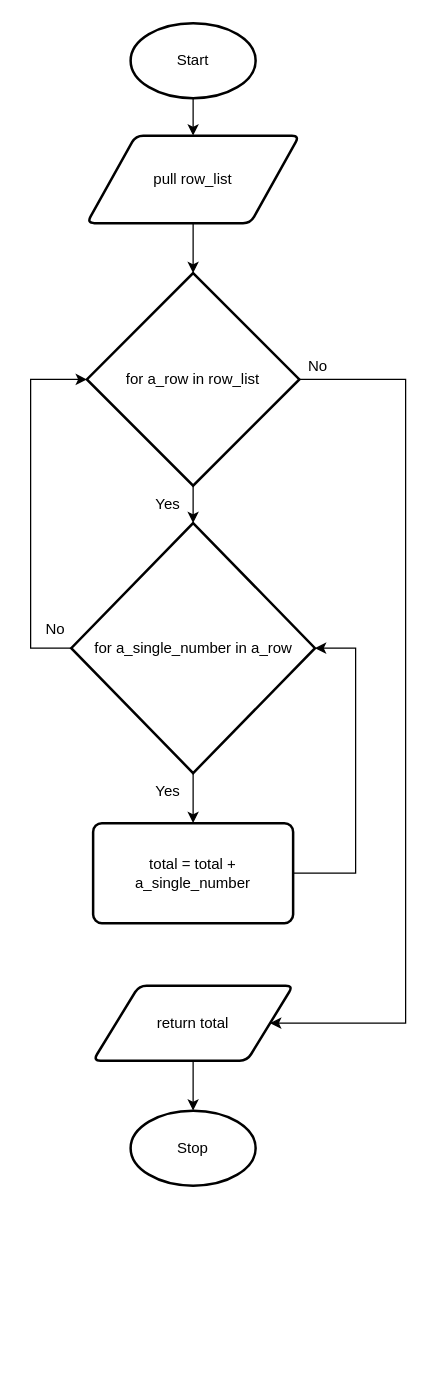
This is design.flowchart.drawio from Yiyun-Qin/ICS3U-Unit6-04-Python, a draw.io file, before an edit. Source tidied: cells renumbered, new cells numbered last; positions are measured from the earlier drawing's top-left corner, leaving out a move shared by most shapes. Both pictures are drawn from the tidied source at 125%, with x=0, y=0 at pixel (30, 22).
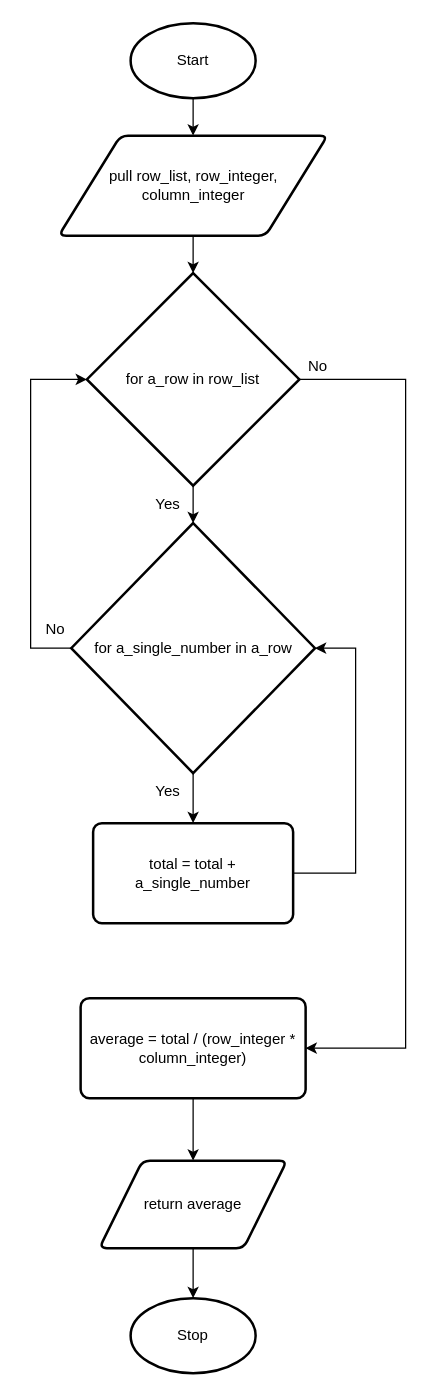
The same page after the edit.

Unchanged cells that the change refers to:
```xml
<mxCell id="9" value="for a_row in row_list" style="strokeWidth=2;html=1;shape=mxgraph.flowchart.decision;whiteSpace=wrap;" parent="1" vertex="1">
  <mxGeometry x="45" y="200" width="170" height="170" as="geometry" />
</mxCell>
```

Diff of the diagram source:
```diff
@@
     <mxCell id="4" value="Stop" style="strokeWidth=2;html=1;shape=mxgraph.flowchart.start_1;whiteSpace=wrap;" parent="1" vertex="1">
-      <mxGeometry x="80" y="870" width="100" height="60" as="geometry" />
+      <mxGeometry x="80" y="1020" width="100" height="60" as="geometry" />
     </mxCell>
@@
-    <mxCell id="6" value="pull row_list" style="shape=parallelogram;html=1;strokeWidth=2;perimeter=parallelogramPerimeter;whiteSpace=wrap;rounded=1;arcSize=12;size=0.23;" parent="1" vertex="1">
-      <mxGeometry x="45" y="90" width="170" height="70" as="geometry" />
+    <mxCell id="6" value="pull row_list, row_integer, column_integer" style="shape=parallelogram;html=1;strokeWidth=2;perimeter=parallelogramPerimeter;whiteSpace=wrap;rounded=1;arcSize=12;size=0.23;" parent="1" vertex="1">
+      <mxGeometry x="22.5" y="90" width="215" height="80" as="geometry" />
     </mxCell>
@@
-    <mxCell id="8" style="edgeStyle=orthogonalEdgeStyle;rounded=0;html=1;exitX=1;exitY=0.5;exitDx=0;exitDy=0;exitPerimeter=0;entryX=1;entryY=0.5;entryDx=0;entryDy=0;" parent="1" edge="1" source="9" target="16">
-      <mxGeometry relative="1" as="geometry">
-        <Array as="points">
-          <mxPoint x="300" y="285" />
-          <mxPoint x="300" y="800" />
-        </Array>
-      </mxGeometry>
-    </mxCell>
+    <mxCell id="21" style="edgeStyle=orthogonalEdgeStyle;html=1;exitX=1;exitY=0.5;exitDx=0;exitDy=0;exitPerimeter=0;entryX=1;entryY=0.5;entryDx=0;entryDy=0;rounded=0;" parent="1" edge="1" source="9" target="15">
+      <mxGeometry relative="1" as="geometry">
+        <Array as="points">
+          <mxPoint x="300" y="285" />
+          <mxPoint x="300" y="820" />
+        </Array>
+      </mxGeometry>
+    </mxCell>
@@
-    <mxCell id="15" style="edgeStyle=orthogonalEdgeStyle;rounded=0;html=1;exitX=0.5;exitY=1;exitDx=0;exitDy=0;entryX=0.5;entryY=0;entryDx=0;entryDy=0;entryPerimeter=0;" parent="1" edge="1" source="16" target="4">
-      <mxGeometry relative="1" as="geometry" />
-    </mxCell>
-    <mxCell id="16" value="return total" style="shape=parallelogram;html=1;strokeWidth=2;perimeter=parallelogramPerimeter;whiteSpace=wrap;rounded=1;arcSize=12;size=0.23;" parent="1" vertex="1">
-      <mxGeometry x="50" y="770" width="160" height="60" as="geometry" />
-    </mxCell>
@@
+    <mxCell id="22" style="edgeStyle=orthogonalEdgeStyle;rounded=0;html=1;exitX=0.5;exitY=1;exitDx=0;exitDy=0;entryX=0.5;entryY=0;entryDx=0;entryDy=0;" parent="1" edge="1" source="15" target="24">
+      <mxGeometry relative="1" as="geometry" />
+    </mxCell>
+    <mxCell id="15" value="average = total / (row_integer * column_integer)" style="rounded=1;whiteSpace=wrap;html=1;absoluteArcSize=1;arcSize=14;strokeWidth=2;" parent="1" vertex="1">
+      <mxGeometry x="40" y="780" width="180" height="80" as="geometry" />
+    </mxCell>
+    <mxCell id="23" style="edgeStyle=orthogonalEdgeStyle;rounded=0;html=1;exitX=0.5;exitY=1;exitDx=0;exitDy=0;entryX=0.5;entryY=0;entryDx=0;entryDy=0;entryPerimeter=0;" parent="1" edge="1" source="24" target="4">
+      <mxGeometry relative="1" as="geometry" />
+    </mxCell>
+    <mxCell id="24" value="return average" style="shape=parallelogram;html=1;strokeWidth=2;perimeter=parallelogramPerimeter;whiteSpace=wrap;rounded=1;arcSize=12;size=0.23;" parent="1" vertex="1">
+      <mxGeometry x="55" y="910" width="150" height="70" as="geometry" />
+    </mxCell>
```
